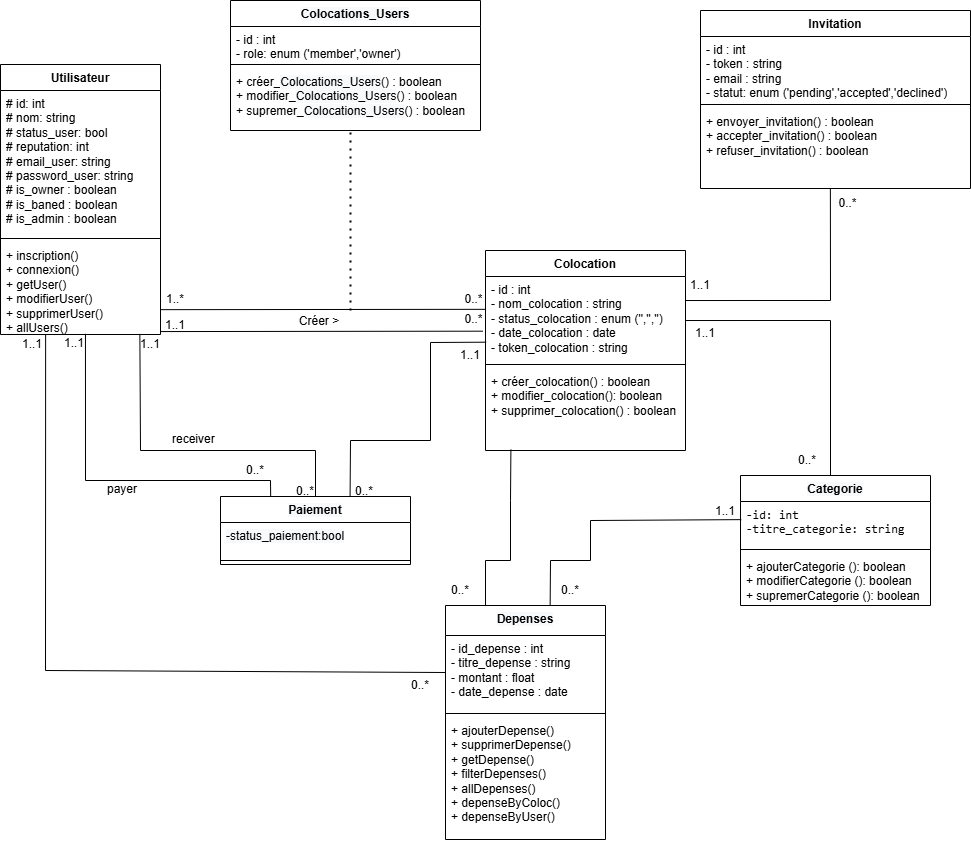
This is Modelisation/Diagramme_de_classe.png from AZIZABADA10/EasyColoc, a draw.io export, as it was before one commit. Source tidied: cells renumbered, new cells last; positions are measured from the earlier drawing's top-left corner, leaving out a move shared by most shapes.
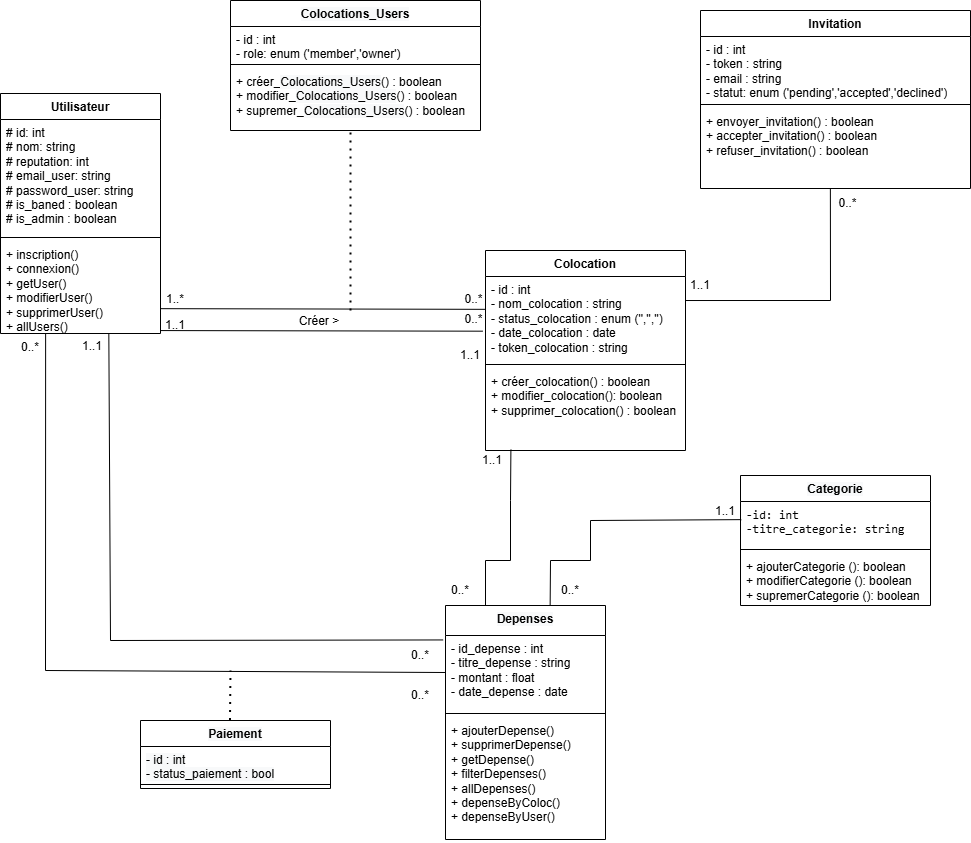
The same file after the commit.

Commit message:
uml: modification sur le diagramme de classe

Diff of the diagram source:
```diff
@@ -81,21 +81,21 @@
       </mxGeometry>
     </mxCell>
     <mxCell id="26" value="Utilisateur" style="swimlane;fontStyle=1;align=center;verticalAlign=top;horizontal=1;startSize=26;whiteSpace=wrap;html=1;" parent="1" vertex="1">
-      <mxGeometry y="64" width="160" height="270" as="geometry" />
+      <mxGeometry y="93" width="160" height="240" as="geometry" />
     </mxCell>
-    <mxCell id="27" value="# id: int&lt;br&gt;# nom: string&lt;br&gt;# status_user: bool&lt;br&gt;# reputation: int&lt;br&gt;# email_user: string&lt;br&gt;# password_user: string&lt;div&gt;&lt;div&gt;# is_owner : boolean&lt;/div&gt;&lt;div&gt;# is_baned : boolean&lt;/div&gt;&lt;/div&gt;&lt;div&gt;# is_admin : boolean&lt;/div&gt;" style="text;strokeColor=none;fillColor=none;align=left;verticalAlign=top;spacingLeft=4;spacingRight=4;overflow=hidden;whiteSpace=wrap;html=1;" parent="26" vertex="1">
-      <mxGeometry y="26" width="160" height="144" as="geometry" />
+    <mxCell id="27" value="# id: int&lt;br&gt;# nom: string&lt;br&gt;# reputation: int&lt;br&gt;# email_user: string&lt;br&gt;# password_user: string&lt;div&gt;&lt;div&gt;&lt;span style=&quot;background-color: transparent; color: light-dark(rgb(0, 0, 0), rgb(255, 255, 255));&quot;&gt;# is_baned : boolean&lt;/span&gt;&lt;/div&gt;&lt;/div&gt;&lt;div&gt;# is_admin : boolean&lt;/div&gt;" style="text;strokeColor=none;fillColor=none;align=left;verticalAlign=top;spacingLeft=4;spacingRight=4;overflow=hidden;whiteSpace=wrap;html=1;" parent="26" vertex="1">
+      <mxGeometry y="26" width="160" height="114" as="geometry" />
     </mxCell>
     <mxCell id="28" style="line;strokeWidth=1;fillColor=none;align=left;verticalAlign=middle;spacingTop=-1;spacingLeft=3;spacingRight=3;labelPosition=right;strokeColor=inherit;" parent="26" vertex="1">
-      <mxGeometry y="170" width="160" height="8" as="geometry" />
+      <mxGeometry y="140" width="160" height="8" as="geometry" />
     </mxCell>
     <mxCell id="29" value="+ inscription()&lt;br&gt;+ connexion()&lt;br&gt;+ getUser()&lt;br&gt;+ modifierUser()&lt;br&gt;+ supprimerUser()&lt;br&gt;+ allUsers()" style="text;strokeColor=none;fillColor=none;align=left;verticalAlign=top;spacingLeft=4;spacingRight=4;overflow=hidden;points=[[0,0.5],[1,0.5]];portConstraint=eastwest;whiteSpace=wrap;html=1;" parent="26" vertex="1">
-      <mxGeometry y="178" width="160" height="92" as="geometry" />
+      <mxGeometry y="148" width="160" height="92" as="geometry" />
     </mxCell>
     <mxCell id="30" value="&lt;span style=&quot;font-family: Helvetica, &amp;quot;VP Default&amp;quot;; background-color: rgb(248, 249, 250);&quot;&gt;Paiement&lt;/span&gt;" style="swimlane;fontStyle=1;align=center;verticalAlign=top;horizontal=1;startSize=26;whiteSpace=wrap;html=1;" parent="1" vertex="1">
-      <mxGeometry x="220" y="496" width="190" height="68" as="geometry" />
+      <mxGeometry x="140" y="720" width="190" height="68" as="geometry" />
     </mxCell>
-    <mxCell id="31" value="&lt;span style=&quot;font-family: Helvetica, &amp;quot;VP Default&amp;quot;; text-wrap-mode: nowrap; background-color: rgb(248, 249, 250);&quot;&gt;-status_paiement:bool&lt;/span&gt;" style="text;strokeColor=none;fillColor=none;align=left;verticalAlign=top;spacingLeft=4;spacingRight=4;overflow=hidden;whiteSpace=wrap;html=1;" parent="30" vertex="1">
+    <mxCell id="31" value="&lt;div&gt;&lt;span style=&quot;font-family: Helvetica, &amp;quot;VP Default&amp;quot;; text-wrap-mode: nowrap; background-color: rgb(248, 249, 250);&quot;&gt;- id : int&lt;/span&gt;&lt;/div&gt;&lt;span style=&quot;font-family: Helvetica, &amp;quot;VP Default&amp;quot;; text-wrap-mode: nowrap; background-color: rgb(248, 249, 250);&quot;&gt;- status_paiement : bool&lt;/span&gt;" style="text;strokeColor=none;fillColor=none;align=left;verticalAlign=top;spacingLeft=4;spacingRight=4;overflow=hidden;whiteSpace=wrap;html=1;" parent="30" vertex="1">
       <mxGeometry y="26" width="190" height="34" as="geometry" />
     </mxCell>
     <mxCell id="32" style="line;strokeWidth=1;fillColor=none;align=left;verticalAlign=middle;spacingTop=-1;spacingLeft=3;spacingRight=3;labelPosition=right;strokeColor=inherit;" parent="30" vertex="1">
@@ -110,14 +110,6 @@
         </Array>
       </mxGeometry>
     </mxCell>
-    <mxCell id="34" style="endArrow=none;html=1;rounded=0;entryX=1;entryY=0.524;entryDx=0;entryDy=0;exitX=0.5;exitY=0;exitDx=0;exitDy=0;entryPerimeter=0;" parent="1" edge="1" target="11">
-      <mxGeometry relative="1" as="geometry">
-        <mxPoint x="830" y="475" as="sourcePoint" />
-        <Array as="points">
-          <mxPoint x="830" y="320" />
-        </Array>
-      </mxGeometry>
-    </mxCell>
     <mxCell id="35" style="endArrow=none;html=1;rounded=0;entryX=0.481;entryY=1.008;entryDx=0;entryDy=0;exitX=1.001;exitY=0.286;exitDx=0;exitDy=0;entryPerimeter=0;exitPerimeter=0;" parent="1" edge="1" source="11" target="17">
       <mxGeometry relative="1" as="geometry">
         <Array as="points">
@@ -131,12 +123,6 @@
     <mxCell id="37" value="0..*" style="text;html=1;whiteSpace=wrap;strokeColor=none;fillColor=none;align=center;verticalAlign=middle;rounded=0;" parent="1" vertex="1">
       <mxGeometry x="837" y="188" width="21" height="30" as="geometry" />
     </mxCell>
-    <mxCell id="38" value="1..1" style="text;html=1;whiteSpace=wrap;strokeColor=none;fillColor=none;align=center;verticalAlign=middle;rounded=0;" parent="1" vertex="1">
-      <mxGeometry x="675" y="318" width="60" height="30" as="geometry" />
-    </mxCell>
-    <mxCell id="39" value="0..*" style="text;html=1;whiteSpace=wrap;strokeColor=none;fillColor=none;align=center;verticalAlign=middle;rounded=0;" parent="1" vertex="1">
-      <mxGeometry x="777" y="445" width="60" height="30" as="geometry" />
-    </mxCell>
     <mxCell id="40" value="1..1" style="text;html=1;whiteSpace=wrap;strokeColor=none;fillColor=none;align=center;verticalAlign=middle;rounded=0;" parent="1" vertex="1">
       <mxGeometry x="695" y="496" width="60" height="30" as="geometry" />
     </mxCell>
@@ -147,7 +133,7 @@
       <mxGeometry x="430" y="575" width="60" height="30" as="geometry" />
     </mxCell>
     <mxCell id="43" value="0..*" style="text;html=1;whiteSpace=wrap;strokeColor=none;fillColor=none;align=center;verticalAlign=middle;rounded=0;" parent="1" vertex="1">
-      <mxGeometry x="390" y="670" width="60" height="30" as="geometry" />
+      <mxGeometry x="390" y="640" width="60" height="30" as="geometry" />
     </mxCell>
     <mxCell id="44" style="endArrow=none;html=1;rounded=0;exitX=0;exitY=0.5;exitDx=0;exitDy=0;entryX=0.282;entryY=0.996;entryDx=0;entryDy=0;entryPerimeter=0;" parent="1" edge="1" source="3" target="29">
       <mxGeometry relative="1" as="geometry">
@@ -156,55 +142,9 @@
         </Array>
       </mxGeometry>
     </mxCell>
-    <mxCell id="45" style="endArrow=none;html=1;rounded=0;exitX=0.682;exitY=-0.006;exitDx=0;exitDy=0;entryX=0.003;entryY=0.782;entryDx=0;entryDy=0;entryPerimeter=0;exitPerimeter=0;" parent="1" edge="1" source="30" target="11">
-      <mxGeometry relative="1" as="geometry">
-        <Array as="points">
-          <mxPoint x="350" y="440" />
-          <mxPoint x="430" y="440" />
-          <mxPoint x="430" y="342" />
-        </Array>
-      </mxGeometry>
-    </mxCell>
-    <mxCell id="46" style="endArrow=none;html=1;rounded=0;exitX=0.264;exitY=-0.006;exitDx=0;exitDy=0;exitPerimeter=0;entryX=0.531;entryY=0.993;entryDx=0;entryDy=0;entryPerimeter=0;" parent="1" edge="1" source="30" target="29">
-      <mxGeometry relative="1" as="geometry">
-        <Array as="points">
-          <mxPoint x="270" y="480" />
-          <mxPoint x="85" y="480" />
-        </Array>
-      </mxGeometry>
-    </mxCell>
-    <mxCell id="47" style="endArrow=none;html=1;rounded=0;exitX=0.5;exitY=0;exitDx=0;exitDy=0;entryX=0.871;entryY=0.994;entryDx=0;entryDy=0;entryPerimeter=0;" parent="1" edge="1" source="30" target="29">
-      <mxGeometry relative="1" as="geometry">
-        <Array as="points">
-          <mxPoint x="315" y="450" />
-          <mxPoint x="140" y="450" />
-        </Array>
-      </mxGeometry>
-    </mxCell>
-    <mxCell id="48" value="0..*" style="text;html=1;whiteSpace=wrap;strokeColor=none;fillColor=none;align=center;verticalAlign=middle;rounded=0;" parent="1" vertex="1">
-      <mxGeometry x="240" y="465" width="30" height="10" as="geometry" />
-    </mxCell>
     <mxCell id="49" value="1..1" style="text;html=1;whiteSpace=wrap;strokeColor=none;fillColor=none;align=center;verticalAlign=middle;rounded=0;" parent="1" vertex="1">
-      <mxGeometry x="20" y="334" width="24" height="20" as="geometry" />
+      <mxGeometry x="80" y="336" width="24" height="20" as="geometry" />
     </mxCell>
-    <mxCell id="50" value="1..1" style="text;html=1;whiteSpace=wrap;strokeColor=none;fillColor=none;align=center;verticalAlign=middle;rounded=0;" parent="1" vertex="1">
-      <mxGeometry x="64" y="336" width="20" height="14" as="geometry" />
-    </mxCell>
-    <mxCell id="51" value="1..1" style="text;html=1;whiteSpace=wrap;strokeColor=none;fillColor=none;align=center;verticalAlign=middle;rounded=0;" parent="1" vertex="1">
-      <mxGeometry x="140" y="334" width="20" height="20" as="geometry" />
-    </mxCell>
-    <mxCell id="52" value="payer" style="text;whiteSpace=wrap;" parent="1" vertex="1">
-      <mxGeometry x="105" y="475" width="60" height="40" as="geometry" />
-    </mxCell>
-    <mxCell id="53" value="0..*" style="text;html=1;whiteSpace=wrap;strokeColor=none;fillColor=none;align=center;verticalAlign=middle;rounded=0;" parent="1" vertex="1">
-      <mxGeometry x="290" y="486" width="30" height="10" as="geometry" />
-    </mxCell>
-    <mxCell id="54" value="0..*" style="text;html=1;whiteSpace=wrap;strokeColor=none;fillColor=none;align=center;verticalAlign=middle;rounded=0;" parent="1" vertex="1">
-      <mxGeometry x="349" y="486" width="30" height="10" as="geometry" />
-    </mxCell>
-    <mxCell id="55" value="receiver" style="text;whiteSpace=wrap;" parent="1" vertex="1">
-      <mxGeometry x="170" y="425" width="80" height="40" as="geometry" />
-    </mxCell>
     <mxCell id="56" value="1..1" style="text;html=1;whiteSpace=wrap;strokeColor=none;fillColor=none;align=center;verticalAlign=middle;rounded=0;" parent="1" vertex="1">
       <mxGeometry x="440" y="340" width="60" height="30" as="geometry" />
     </mxCell>
@@ -226,5 +166,26 @@
         <mxPoint x="350" y="130" as="targetPoint" />
       </mxGeometry>
     </mxCell>
+    <mxCell id="62" style="endArrow=none;dashed=1;html=1;dashPattern=1 3;strokeWidth=2;rounded=0;exitX=0.471;exitY=-0.006;exitDx=0;exitDy=0;exitPerimeter=0;" parent="1" edge="1" source="30">
+      <mxGeometry relative="1" as="geometry">
+        <mxPoint x="230" y="670" as="targetPoint" />
+      </mxGeometry>
+    </mxCell>
+    <mxCell id="63" style="endArrow=none;html=1;rounded=0;exitX=-0.015;exitY=0.06;exitDx=0;exitDy=0;entryX=0.677;entryY=0.997;entryDx=0;entryDy=0;entryPerimeter=0;exitPerimeter=0;" parent="1" edge="1" source="3" target="29">
+      <mxGeometry relative="1" as="geometry">
+        <Array as="points">
+          <mxPoint x="110" y="640" />
+        </Array>
+      </mxGeometry>
+    </mxCell>
+    <mxCell id="64" value="0..*" style="text;html=1;whiteSpace=wrap;strokeColor=none;fillColor=none;align=center;verticalAlign=middle;rounded=0;" parent="1" vertex="1">
+      <mxGeometry x="390" y="680" width="60" height="30" as="geometry" />
+    </mxCell>
+    <mxCell id="65" value="0..*" style="text;html=1;whiteSpace=wrap;strokeColor=none;fillColor=none;align=center;verticalAlign=middle;rounded=0;" parent="1" vertex="1">
+      <mxGeometry y="332" width="60" height="30" as="geometry" />
+    </mxCell>
+    <mxCell id="66" value="1..1" style="text;html=1;whiteSpace=wrap;strokeColor=none;fillColor=none;align=center;verticalAlign=middle;rounded=0;" parent="1" vertex="1">
+      <mxGeometry x="462" y="445" width="60" height="30" as="geometry" />
+    </mxCell>
   </root>
 </mxGraphModel>
```
